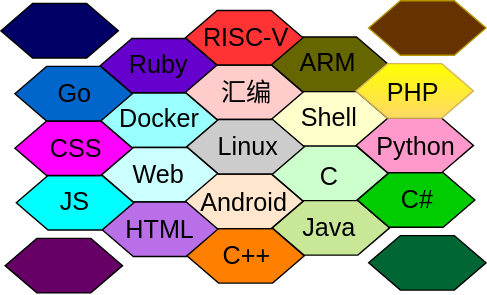
PorterChu/PorterBlog keeps this draw.io diagram as docs/lib/Engineer.svg. Above is the earlier version. Source tidied: cells renumbered, new cells last; positions are measured from the earlier drawing's top-left corner, leaving out a move shared by most shapes. Source of this version:
```xml
<mxGraphModel>
  <root>
    <mxCell id="0" />
    <mxCell id="1" parent="0" />
    <mxCell id="2" style="verticalLabelPosition=bottom;verticalAlign=top;html=1;shape=hexagon;perimeter=hexagonPerimeter2;arcSize=6;size=0.27;fillColor=#6600CC;" parent="1" vertex="1">
      <mxGeometry x="71" y="27" width="84" height="39" as="geometry" />
    </mxCell>
    <mxCell id="3" style="verticalLabelPosition=bottom;verticalAlign=top;html=1;shape=hexagon;perimeter=hexagonPerimeter2;arcSize=6;size=0.27;fillColor=#99FFFF;" parent="1" vertex="1">
      <mxGeometry x="71" y="66" width="84" height="39" as="geometry" />
    </mxCell>
    <mxCell id="4" style="verticalLabelPosition=bottom;verticalAlign=top;html=1;shape=hexagon;perimeter=hexagonPerimeter2;arcSize=6;size=0.27;fillColor=#CCFFFF;" parent="1" vertex="1">
      <mxGeometry x="72" y="105" width="84" height="39" as="geometry" />
    </mxCell>
    <mxCell id="5" style="verticalLabelPosition=bottom;verticalAlign=top;html=1;shape=hexagon;perimeter=hexagonPerimeter2;arcSize=6;size=0.27;fillColor=#B86FE8;" parent="1" vertex="1">
      <mxGeometry x="72" y="144" width="84" height="39" as="geometry" />
    </mxCell>
    <mxCell id="6" style="verticalLabelPosition=bottom;verticalAlign=top;html=1;shape=hexagon;perimeter=hexagonPerimeter2;arcSize=6;size=0.27;fillColor=#00FFFF;" parent="1" vertex="1">
      <mxGeometry x="11" y="125" width="84" height="39" as="geometry" />
    </mxCell>
    <mxCell id="7" style="verticalLabelPosition=bottom;verticalAlign=top;html=1;shape=hexagon;perimeter=hexagonPerimeter2;arcSize=6;size=0.27;fillColor=#FF00FF;" parent="1" vertex="1">
      <mxGeometry x="10" y="86" width="84" height="39" as="geometry" />
    </mxCell>
    <mxCell id="8" style="verticalLabelPosition=bottom;verticalAlign=top;html=1;shape=hexagon;perimeter=hexagonPerimeter2;arcSize=6;size=0.27;fillColor=#0066CC;" parent="1" vertex="1">
      <mxGeometry x="10" y="47" width="84" height="39" as="geometry" />
    </mxCell>
    <mxCell id="9" style="verticalLabelPosition=bottom;verticalAlign=top;html=1;shape=hexagon;perimeter=hexagonPerimeter2;arcSize=6;size=0.27;fillColor=#666600;" parent="1" vertex="1">
      <mxGeometry x="193" y="26" width="84" height="39" as="geometry" />
    </mxCell>
    <mxCell id="10" style="verticalLabelPosition=bottom;verticalAlign=top;html=1;shape=hexagon;perimeter=hexagonPerimeter2;arcSize=6;size=0.27;fillColor=#FFFFCC;" parent="1" vertex="1">
      <mxGeometry x="193" y="65" width="84" height="39" as="geometry" />
    </mxCell>
    <mxCell id="11" style="verticalLabelPosition=bottom;verticalAlign=top;html=1;shape=hexagon;perimeter=hexagonPerimeter2;arcSize=6;size=0.27;fillColor=#CCFFCC;" parent="1" vertex="1">
      <mxGeometry x="193" y="104" width="84" height="39" as="geometry" />
    </mxCell>
    <mxCell id="12" style="verticalLabelPosition=bottom;verticalAlign=top;html=1;shape=hexagon;perimeter=hexagonPerimeter2;arcSize=6;size=0.27;fillColor=#C8E897;" parent="1" vertex="1">
      <mxGeometry x="194" y="143" width="84" height="39" as="geometry" />
    </mxCell>
    <mxCell id="13" style="verticalLabelPosition=bottom;verticalAlign=top;html=1;shape=hexagon;perimeter=hexagonPerimeter2;arcSize=6;size=0.27;fillColor=#00CC00;" parent="1" vertex="1">
      <mxGeometry x="255" y="123" width="84" height="39" as="geometry" />
    </mxCell>
    <mxCell id="14" style="verticalLabelPosition=bottom;verticalAlign=top;html=1;shape=hexagon;perimeter=hexagonPerimeter2;arcSize=6;size=0.27;fillColor=#FF99CC;" parent="1" vertex="1">
      <mxGeometry x="254" y="84" width="84" height="39" as="geometry" />
    </mxCell>
    <mxCell id="15" style="verticalLabelPosition=bottom;verticalAlign=top;html=1;shape=hexagon;perimeter=hexagonPerimeter2;arcSize=6;size=0.27;fillColor=#FFFF00;gradientColor=#ffd966;strokeColor=#d6b656;" parent="1" vertex="1">
      <mxGeometry x="254" y="45" width="84" height="39" as="geometry" />
    </mxCell>
    <mxCell id="16" style="verticalLabelPosition=bottom;verticalAlign=top;html=1;shape=hexagon;perimeter=hexagonPerimeter2;arcSize=6;size=0.27;fillColor=#FFCCCC;" parent="1" vertex="1">
      <mxGeometry x="132" y="46" width="84" height="39" as="geometry" />
    </mxCell>
    <mxCell id="17" style="verticalLabelPosition=bottom;verticalAlign=top;html=1;shape=hexagon;perimeter=hexagonPerimeter2;arcSize=6;size=0.27;fillColor=#FF8000;" parent="1" vertex="1">
      <mxGeometry x="133" y="163" width="84" height="39" as="geometry" />
    </mxCell>
    <mxCell id="18" style="verticalLabelPosition=bottom;verticalAlign=top;html=1;shape=hexagon;perimeter=hexagonPerimeter2;arcSize=6;size=0.27;fillColor=#FFE6CC;" parent="1" vertex="1">
      <mxGeometry x="132" y="124" width="84" height="39" as="geometry" />
    </mxCell>
    <mxCell id="19" style="verticalLabelPosition=bottom;verticalAlign=top;html=1;shape=hexagon;perimeter=hexagonPerimeter2;arcSize=6;size=0.27;fillColor=#FF3333;" parent="1" vertex="1">
      <mxGeometry x="132" y="7" width="84" height="39" as="geometry" />
    </mxCell>
    <mxCell id="20" value="&lt;font style=&quot;font-size: 18px&quot;&gt;C&lt;/font&gt;" style="text;html=1;strokeColor=none;fillColor=none;align=center;verticalAlign=middle;whiteSpace=wrap;rounded=0;" parent="1" vertex="1">
      <mxGeometry x="215" y="116" width="40" height="20" as="geometry" />
    </mxCell>
    <mxCell id="21" value="&lt;font style=&quot;font-size: 18px&quot;&gt;C++&lt;/font&gt;" style="text;html=1;strokeColor=none;fillColor=none;align=center;verticalAlign=middle;whiteSpace=wrap;rounded=0;" parent="1" vertex="1">
      <mxGeometry x="156" y="173" width="40" height="20" as="geometry" />
    </mxCell>
    <mxCell id="22" value="&lt;font style=&quot;font-size: 18px&quot;&gt;Java&lt;/font&gt;" style="text;html=1;strokeColor=none;fillColor=none;align=center;verticalAlign=middle;whiteSpace=wrap;rounded=0;" parent="1" vertex="1">
      <mxGeometry x="215" y="153" width="40" height="20" as="geometry" />
    </mxCell>
    <mxCell id="23" value="&lt;font style=&quot;font-size: 18px&quot;&gt;Python&lt;/font&gt;" style="text;html=1;strokeColor=none;fillColor=none;align=center;verticalAlign=middle;whiteSpace=wrap;rounded=0;" parent="1" vertex="1">
      <mxGeometry x="277" y="95" width="40" height="20" as="geometry" />
    </mxCell>
    <mxCell id="24" value="&lt;font style=&quot;font-size: 18px&quot;&gt;C#&lt;/font&gt;" style="text;html=1;strokeColor=none;fillColor=none;align=center;verticalAlign=middle;whiteSpace=wrap;rounded=0;" parent="1" vertex="1">
      <mxGeometry x="278" y="133" width="40" height="20" as="geometry" />
    </mxCell>
    <mxCell id="25" value="&lt;font style=&quot;font-size: 18px&quot;&gt;JS&lt;/font&gt;" style="text;html=1;strokeColor=none;fillColor=none;align=center;verticalAlign=middle;whiteSpace=wrap;rounded=0;" parent="1" vertex="1">
      <mxGeometry x="33" y="134" width="40" height="20" as="geometry" />
    </mxCell>
    <mxCell id="26" value="&lt;font style=&quot;font-size: 18px&quot;&gt;PHP&lt;/font&gt;" style="text;html=1;strokeColor=none;fillColor=none;align=center;verticalAlign=middle;whiteSpace=wrap;rounded=0;" parent="1" vertex="1">
      <mxGeometry x="275" y="56" width="40" height="20" as="geometry" />
    </mxCell>
    <mxCell id="27" value="&lt;font style=&quot;font-size: 18px&quot;&gt;Shell&lt;/font&gt;" style="text;html=1;strokeColor=none;fillColor=none;align=center;verticalAlign=middle;whiteSpace=wrap;rounded=0;" parent="1" vertex="1">
      <mxGeometry x="215" y="74" width="40" height="20" as="geometry" />
    </mxCell>
    <mxCell id="28" value="&lt;font style=&quot;font-size: 18px&quot;&gt;Go&lt;/font&gt;" style="text;html=1;strokeColor=none;fillColor=none;align=center;verticalAlign=middle;whiteSpace=wrap;rounded=0;" parent="1" vertex="1">
      <mxGeometry x="33" y="57" width="40" height="20" as="geometry" />
    </mxCell>
    <mxCell id="29" value="&lt;font style=&quot;font-size: 18px&quot;&gt;Ruby&lt;/font&gt;" style="text;html=1;strokeColor=none;fillColor=none;align=center;verticalAlign=middle;whiteSpace=wrap;rounded=0;" parent="1" vertex="1">
      <mxGeometry x="93" y="36" width="40" height="20" as="geometry" />
    </mxCell>
    <mxCell id="30" value="&lt;font style=&quot;font-size: 18px&quot;&gt;CSS&lt;/font&gt;" style="text;html=1;strokeColor=none;fillColor=none;align=center;verticalAlign=middle;whiteSpace=wrap;rounded=0;" parent="1" vertex="1">
      <mxGeometry x="34" y="96" width="40" height="20" as="geometry" />
    </mxCell>
    <mxCell id="31" value="&lt;font style=&quot;font-size: 18px&quot;&gt;汇编&lt;/font&gt;" style="text;html=1;strokeColor=none;fillColor=none;align=center;verticalAlign=middle;whiteSpace=wrap;rounded=0;" parent="1" vertex="1">
      <mxGeometry x="151" y="56" width="50" height="20" as="geometry" />
    </mxCell>
    <mxCell id="32" value="&lt;font style=&quot;font-size: 18px&quot;&gt;Android&lt;/font&gt;" style="text;html=1;strokeColor=none;fillColor=none;align=center;verticalAlign=middle;whiteSpace=wrap;rounded=0;" parent="1" vertex="1">
      <mxGeometry x="154" y="135" width="40" height="20" as="geometry" />
    </mxCell>
    <mxCell id="33" value="&lt;font style=&quot;font-size: 18px&quot;&gt;Docker&lt;/font&gt;" style="text;html=1;strokeColor=none;fillColor=none;align=center;verticalAlign=middle;whiteSpace=wrap;rounded=0;" parent="1" vertex="1">
      <mxGeometry x="77" y="75" width="73" height="20" as="geometry" />
    </mxCell>
    <mxCell id="34" value="&lt;font style=&quot;font-size: 18px&quot;&gt;HTML&lt;/font&gt;" style="text;html=1;strokeColor=none;fillColor=none;align=center;verticalAlign=middle;whiteSpace=wrap;rounded=0;" parent="1" vertex="1">
      <mxGeometry x="94" y="154" width="40" height="20" as="geometry" />
    </mxCell>
    <mxCell id="35" value="&lt;font style=&quot;font-size: 18px&quot;&gt;Web&lt;/font&gt;" style="text;html=1;strokeColor=none;fillColor=none;align=center;verticalAlign=middle;whiteSpace=wrap;rounded=0;" parent="1" vertex="1">
      <mxGeometry x="93" y="115" width="40" height="20" as="geometry" />
    </mxCell>
    <mxCell id="36" value="&lt;font style=&quot;font-size: 18px&quot;&gt;ARM&lt;/font&gt;" style="text;html=1;strokeColor=none;fillColor=none;align=center;verticalAlign=middle;whiteSpace=wrap;rounded=0;" parent="1" vertex="1">
      <mxGeometry x="214" y="35" width="40" height="20" as="geometry" />
    </mxCell>
    <mxCell id="37" value="&lt;font style=&quot;font-size: 18px&quot;&gt;RISC-V&lt;/font&gt;" style="text;html=1;strokeColor=none;fillColor=none;align=center;verticalAlign=middle;whiteSpace=wrap;rounded=0;" parent="1" vertex="1">
      <mxGeometry x="131" y="17" width="89" height="20" as="geometry" />
    </mxCell>
    <mxCell id="38" style="verticalLabelPosition=bottom;verticalAlign=top;html=1;shape=hexagon;perimeter=hexagonPerimeter2;arcSize=6;size=0.27;fillColor=#CCCCCC;" parent="1" vertex="1">
      <mxGeometry x="133" y="85" width="84" height="39" as="geometry" />
    </mxCell>
    <mxCell id="39" style="verticalLabelPosition=bottom;verticalAlign=top;html=1;shape=hexagon;perimeter=hexagonPerimeter2;arcSize=6;size=0.27;fillColor=#663300;strokeColor=#B09500;fontColor=#ffffff;" parent="1" vertex="1">
      <mxGeometry x="263" width="84" height="39" as="geometry" />
    </mxCell>
    <mxCell id="40" style="verticalLabelPosition=bottom;verticalAlign=top;html=1;shape=hexagon;perimeter=hexagonPerimeter2;arcSize=6;size=0.27;fillColor=#006633;" parent="1" vertex="1">
      <mxGeometry x="263" y="168" width="84" height="39" as="geometry" />
    </mxCell>
    <mxCell id="41" style="verticalLabelPosition=bottom;verticalAlign=top;html=1;shape=hexagon;perimeter=hexagonPerimeter2;arcSize=6;size=0.27;fillColor=#000066;" parent="1" vertex="1">
      <mxGeometry y="2" width="84" height="39" as="geometry" />
    </mxCell>
    <mxCell id="42" style="verticalLabelPosition=bottom;verticalAlign=top;html=1;shape=hexagon;perimeter=hexagonPerimeter2;arcSize=6;size=0.27;fillColor=#660066;" parent="1" vertex="1">
      <mxGeometry x="3" y="170" width="84" height="39" as="geometry" />
    </mxCell>
    <mxCell id="43" value="&lt;font style=&quot;font-size: 18px&quot;&gt;Linux&lt;/font&gt;" style="text;html=1;strokeColor=none;fillColor=none;align=center;verticalAlign=middle;whiteSpace=wrap;rounded=0;" parent="1" vertex="1">
      <mxGeometry x="157" y="95" width="40" height="20" as="geometry" />
    </mxCell>
  </root>
</mxGraphModel>
```
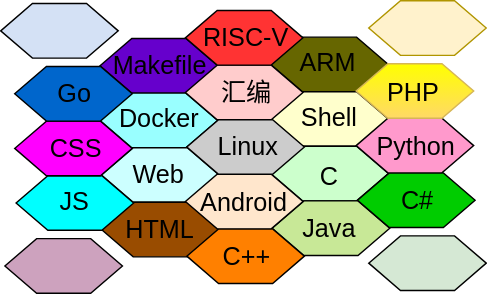
Later version of the same file.

What changed in the source:
```diff
@@ -11,9 +11,9 @@
     <mxCell id="4" style="verticalLabelPosition=bottom;verticalAlign=top;html=1;shape=hexagon;perimeter=hexagonPerimeter2;arcSize=6;size=0.27;fillColor=#CCFFFF;" parent="1" vertex="1">
       <mxGeometry x="72" y="105" width="84" height="39" as="geometry" />
     </mxCell>
-    <mxCell id="5" style="verticalLabelPosition=bottom;verticalAlign=top;html=1;shape=hexagon;perimeter=hexagonPerimeter2;arcSize=6;size=0.27;fillColor=#B86FE8;" parent="1" vertex="1">
-      <mxGeometry x="72" y="144" width="84" height="39" as="geometry" />
-    </mxCell>
+    <mxCell id="44" style="verticalLabelPosition=bottom;verticalAlign=top;html=1;shape=hexagon;perimeter=hexagonPerimeter2;arcSize=6;size=0.27;fillColor=#994C00;" parent="1" vertex="1">
+      <mxGeometry x="72" y="144" width="84" height="39" as="geometry" />
+    </mxCell>
     <mxCell id="6" style="verticalLabelPosition=bottom;verticalAlign=top;html=1;shape=hexagon;perimeter=hexagonPerimeter2;arcSize=6;size=0.27;fillColor=#00FFFF;" parent="1" vertex="1">
       <mxGeometry x="11" y="125" width="84" height="39" as="geometry" />
     </mxCell>
@@ -83,9 +83,9 @@
     <mxCell id="28" value="&lt;font style=&quot;font-size: 18px&quot;&gt;Go&lt;/font&gt;" style="text;html=1;strokeColor=none;fillColor=none;align=center;verticalAlign=middle;whiteSpace=wrap;rounded=0;" parent="1" vertex="1">
       <mxGeometry x="33" y="57" width="40" height="20" as="geometry" />
     </mxCell>
-    <mxCell id="29" value="&lt;font style=&quot;font-size: 18px&quot;&gt;Ruby&lt;/font&gt;" style="text;html=1;strokeColor=none;fillColor=none;align=center;verticalAlign=middle;whiteSpace=wrap;rounded=0;" parent="1" vertex="1">
-      <mxGeometry x="93" y="36" width="40" height="20" as="geometry" />
-    </mxCell>
+    <mxCell id="45" value="&lt;font style=&quot;font-size: 18px&quot;&gt;Makefile&lt;/font&gt;" style="text;html=1;strokeColor=none;fillColor=none;align=center;verticalAlign=middle;whiteSpace=wrap;rounded=0;" parent="1" vertex="1">
+      <mxGeometry x="94" y="37" width="40" height="20" as="geometry" />
+    </mxCell>
     <mxCell id="30" value="&lt;font style=&quot;font-size: 18px&quot;&gt;CSS&lt;/font&gt;" style="text;html=1;strokeColor=none;fillColor=none;align=center;verticalAlign=middle;whiteSpace=wrap;rounded=0;" parent="1" vertex="1">
       <mxGeometry x="34" y="96" width="40" height="20" as="geometry" />
     </mxCell>
@@ -113,18 +113,18 @@
     <mxCell id="38" style="verticalLabelPosition=bottom;verticalAlign=top;html=1;shape=hexagon;perimeter=hexagonPerimeter2;arcSize=6;size=0.27;fillColor=#CCCCCC;" parent="1" vertex="1">
       <mxGeometry x="133" y="85" width="84" height="39" as="geometry" />
     </mxCell>
-    <mxCell id="39" style="verticalLabelPosition=bottom;verticalAlign=top;html=1;shape=hexagon;perimeter=hexagonPerimeter2;arcSize=6;size=0.27;fillColor=#663300;strokeColor=#B09500;fontColor=#ffffff;" parent="1" vertex="1">
-      <mxGeometry x="263" width="84" height="39" as="geometry" />
-    </mxCell>
-    <mxCell id="40" style="verticalLabelPosition=bottom;verticalAlign=top;html=1;shape=hexagon;perimeter=hexagonPerimeter2;arcSize=6;size=0.27;fillColor=#006633;" parent="1" vertex="1">
-      <mxGeometry x="263" y="168" width="84" height="39" as="geometry" />
-    </mxCell>
-    <mxCell id="41" style="verticalLabelPosition=bottom;verticalAlign=top;html=1;shape=hexagon;perimeter=hexagonPerimeter2;arcSize=6;size=0.27;fillColor=#000066;" parent="1" vertex="1">
-      <mxGeometry y="2" width="84" height="39" as="geometry" />
-    </mxCell>
-    <mxCell id="42" style="verticalLabelPosition=bottom;verticalAlign=top;html=1;shape=hexagon;perimeter=hexagonPerimeter2;arcSize=6;size=0.27;fillColor=#660066;" parent="1" vertex="1">
-      <mxGeometry x="3" y="170" width="84" height="39" as="geometry" />
-    </mxCell>
+    <mxCell id="46" style="verticalLabelPosition=bottom;verticalAlign=top;html=1;shape=hexagon;perimeter=hexagonPerimeter2;arcSize=6;size=0.27;fillColor=#FFF2CC;strokeColor=#B09500;fontColor=#ffffff;" parent="1" vertex="1">
+      <mxGeometry x="263" width="84" height="39" as="geometry" />
+    </mxCell>
+    <mxCell id="47" style="verticalLabelPosition=bottom;verticalAlign=top;html=1;shape=hexagon;perimeter=hexagonPerimeter2;arcSize=6;size=0.27;fillColor=#D5E8D4;" parent="1" vertex="1">
+      <mxGeometry x="263" y="168" width="84" height="39" as="geometry" />
+    </mxCell>
+    <mxCell id="48" style="verticalLabelPosition=bottom;verticalAlign=top;html=1;shape=hexagon;perimeter=hexagonPerimeter2;arcSize=6;size=0.27;fillColor=#D4E1F5;" parent="1" vertex="1">
+      <mxGeometry y="2" width="84" height="39" as="geometry" />
+    </mxCell>
+    <mxCell id="49" style="verticalLabelPosition=bottom;verticalAlign=top;html=1;shape=hexagon;perimeter=hexagonPerimeter2;arcSize=6;size=0.27;fillColor=#CDA2BE;" parent="1" vertex="1">
+      <mxGeometry x="3" y="170" width="84" height="39" as="geometry" />
+    </mxCell>
     <mxCell id="43" value="&lt;font style=&quot;font-size: 18px&quot;&gt;Linux&lt;/font&gt;" style="text;html=1;strokeColor=none;fillColor=none;align=center;verticalAlign=middle;whiteSpace=wrap;rounded=0;" parent="1" vertex="1">
       <mxGeometry x="157" y="95" width="40" height="20" as="geometry" />
     </mxCell>
```
